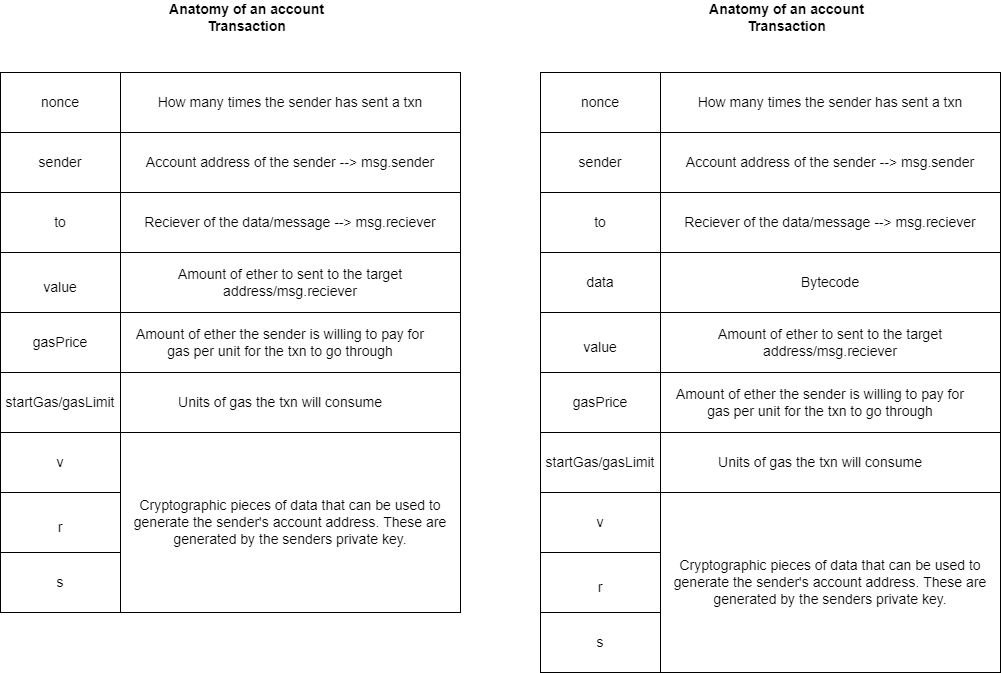
This is Transaction.drawio.png from Web3-courses/Diagrams, a draw.io export, as it was before one commit. Source tidied: cells renumbered, new cells last; positions are measured from the earlier drawing's top-left corner, leaving out a move shared by most shapes.
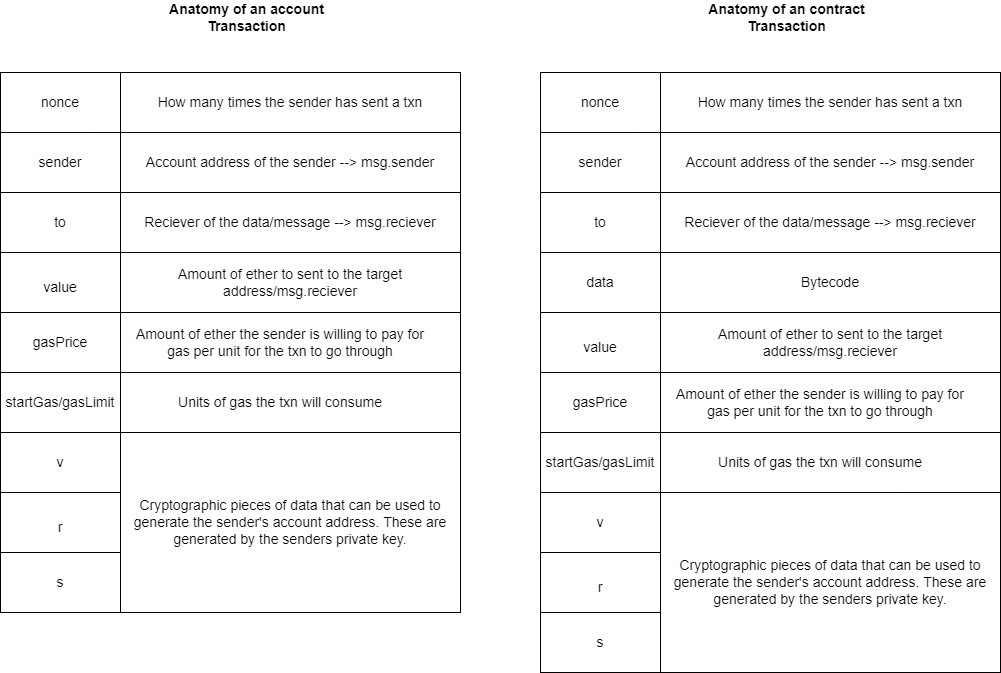
Later version of the same file.

Change to the diagram source:
```diff
@@ -107,7 +107,7 @@
     <mxCell id="36" style="whiteSpace=wrap;html=1;" parent="1" vertex="1">
       <mxGeometry x="540" y="70" width="455" height="455" as="geometry" />
     </mxCell>
-    <mxCell id="37" value="Anatomy of an account Transaction" style="text;html=1;strokeColor=none;fillColor=none;align=center;verticalAlign=middle;whiteSpace=wrap;rounded=0;fontStyle=1;fontSize=14;" parent="1" vertex="1">
+    <mxCell id="37" value="Anatomy of an contract Transaction" style="text;html=1;strokeColor=none;fillColor=none;align=center;verticalAlign=middle;whiteSpace=wrap;rounded=0;fontStyle=1;fontSize=14;" parent="1" vertex="1">
       <mxGeometry x="670" width="232.5" height="30" as="geometry" />
     </mxCell>
     <mxCell id="38" style="rounded=0;whiteSpace=wrap;html=1;fontSize=14;" parent="1" vertex="1">
```
